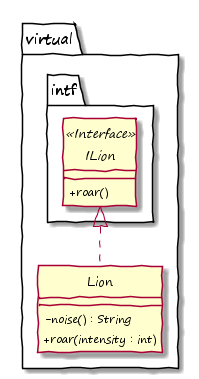
Above: images/PlantUML_ExtractInterface_Simple_Out.png in KirstenZa/xtend-etai (PlantUML), before the change.
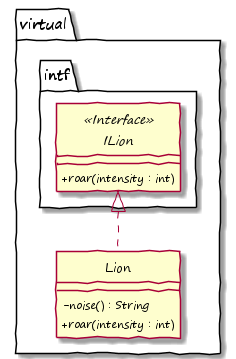
Later version of the same file.

What changed in the source:
```diff
@@ -11,7 +11,7 @@
 	package intf {
 
 		interface ILion <<Interface>> {
-			+roar()
+			+roar(intensity : int)
 		}
 
 	}
```
